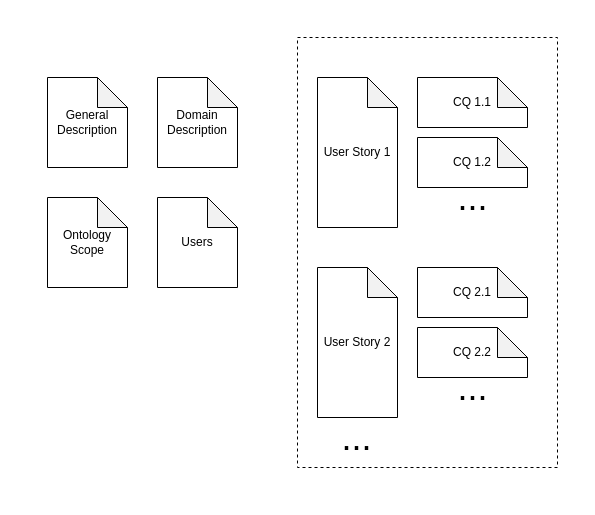
Earlier version of the draw.io diagram page "Requirements" (1 of 2) of docs/Ideas.drawio (miguel76/ontogenia). Source tidied: cells renumbered, new cells numbered last; positions are measured from the earlier drawing's top-left corner, leaving out a move shared by most shapes. Both pictures are drawn from the tidied source at 100%, with x=0, y=0 at pixel (47, 37).
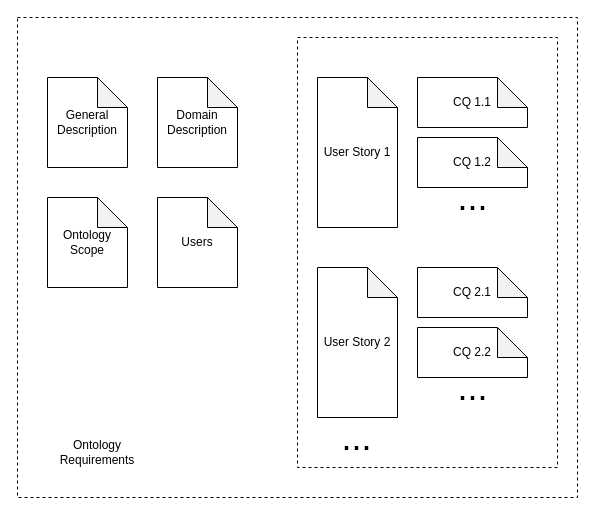
The same diagram, later.

Diff of the diagram source:
```diff
@@
 <mxGraphModel>
   <root>
     <mxCell id="0" />
     <mxCell id="1" parent="0" />
     <mxCell id="2" style="rounded=0;whiteSpace=wrap;html=1;dashed=1;fillColor=none;" parent="1" vertex="1">
       <mxGeometry x="250" width="260" height="430" as="geometry" />
     </mxCell>
     <mxCell id="3" value="General&lt;br&gt;Description" style="shape=note;whiteSpace=wrap;html=1;backgroundOutline=1;darkOpacity=0.05;" parent="1" vertex="1">
       <mxGeometry y="40" width="80" height="90" as="geometry" />
     </mxCell>
     <mxCell id="4" value="User Story 1" style="shape=note;whiteSpace=wrap;html=1;backgroundOutline=1;darkOpacity=0.05;" parent="1" vertex="1">
       <mxGeometry x="270" y="40" width="80" height="150" as="geometry" />
     </mxCell>
     <mxCell id="5" value="User Story 2" style="shape=note;whiteSpace=wrap;html=1;backgroundOutline=1;darkOpacity=0.05;" parent="1" vertex="1">
       <mxGeometry x="270" y="230" width="80" height="150" as="geometry" />
     </mxCell>
     <mxCell id="6" value="Domain Description" style="shape=note;whiteSpace=wrap;html=1;backgroundOutline=1;darkOpacity=0.05;" parent="1" vertex="1">
       <mxGeometry x="110" y="40" width="80" height="90" as="geometry" />
     </mxCell>
     <mxCell id="7" value="CQ 1.1" style="shape=note;whiteSpace=wrap;html=1;backgroundOutline=1;darkOpacity=0.05;" parent="1" vertex="1">
       <mxGeometry x="370" y="40" width="110" height="50" as="geometry" />
     </mxCell>
     <mxCell id="8" value="CQ 1.2" style="shape=note;whiteSpace=wrap;html=1;backgroundOutline=1;darkOpacity=0.05;" parent="1" vertex="1">
       <mxGeometry x="370" y="100" width="110" height="50" as="geometry" />
     </mxCell>
     <mxCell id="9" value="&lt;font style=&quot;font-size: 36px;&quot;&gt;...&lt;/font&gt;" style="text;html=1;align=center;verticalAlign=middle;strokeColor=none;fillColor=none;" parent="1" vertex="1">
       <mxGeometry x="400" y="130" width="50" height="60" as="geometry" />
     </mxCell>
     <mxCell id="10" value="CQ 2.1" style="shape=note;whiteSpace=wrap;html=1;backgroundOutline=1;darkOpacity=0.05;" parent="1" vertex="1">
       <mxGeometry x="370" y="230" width="110" height="50" as="geometry" />
     </mxCell>
     <mxCell id="11" value="CQ 2.2" style="shape=note;whiteSpace=wrap;html=1;backgroundOutline=1;darkOpacity=0.05;" parent="1" vertex="1">
       <mxGeometry x="370" y="290" width="110" height="50" as="geometry" />
     </mxCell>
     <mxCell id="12" value="&lt;font style=&quot;font-size: 36px;&quot;&gt;...&lt;/font&gt;" style="text;html=1;align=center;verticalAlign=middle;strokeColor=none;fillColor=none;" parent="1" vertex="1">
       <mxGeometry x="400" y="320" width="50" height="60" as="geometry" />
     </mxCell>
     <mxCell id="13" value="Ontology Scope" style="shape=note;whiteSpace=wrap;html=1;backgroundOutline=1;darkOpacity=0.05;" parent="1" vertex="1">
       <mxGeometry y="160" width="80" height="90" as="geometry" />
     </mxCell>
     <mxCell id="14" value="Users" style="shape=note;whiteSpace=wrap;html=1;backgroundOutline=1;darkOpacity=0.05;" parent="1" vertex="1">
       <mxGeometry x="110" y="160" width="80" height="90" as="geometry" />
     </mxCell>
     <mxCell id="15" value="&lt;font style=&quot;font-size: 36px;&quot;&gt;...&lt;/font&gt;" style="text;html=1;align=center;verticalAlign=middle;strokeColor=none;fillColor=none;" parent="1" vertex="1">
       <mxGeometry x="284" y="370" width="50" height="60" as="geometry" />
     </mxCell>
+    <mxCell id="16" style="rounded=0;whiteSpace=wrap;html=1;dashed=1;fillColor=none;" parent="1" vertex="1">
+      <mxGeometry x="-30" y="-20" width="560" height="480" as="geometry" />
+    </mxCell>
+    <mxCell id="17" value="Ontology Requirements" style="text;html=1;strokeColor=none;fillColor=none;align=center;verticalAlign=middle;whiteSpace=wrap;rounded=0;" parent="1" vertex="1">
+      <mxGeometry x="20" y="400" width="60" height="30" as="geometry" />
+    </mxCell>
   </root>
 </mxGraphModel>
```
